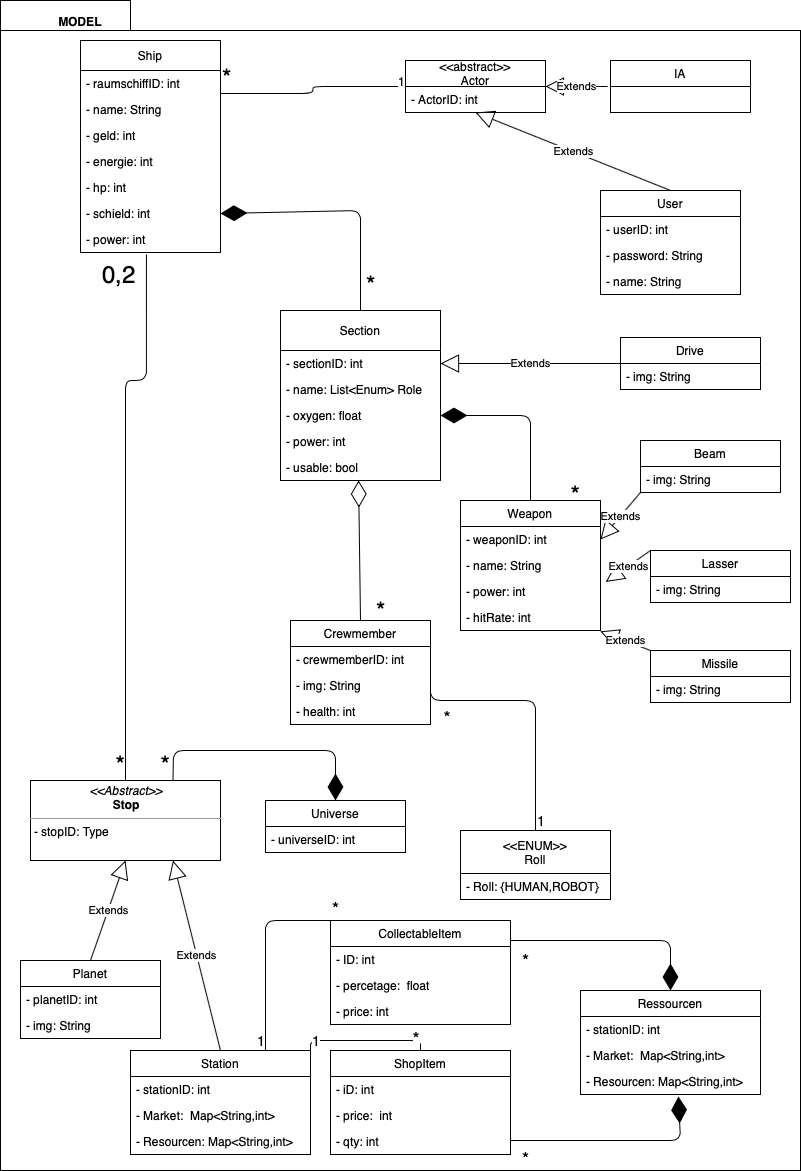
The draw.io diagram docs/Architekturbeschreibung/pics/Model.png in ksreyr/SpaceStudio, before a commit. Source tidied: cells renumbered, new cells last; positions are measured from the earlier drawing's top-left corner, leaving out a move shared by most shapes.
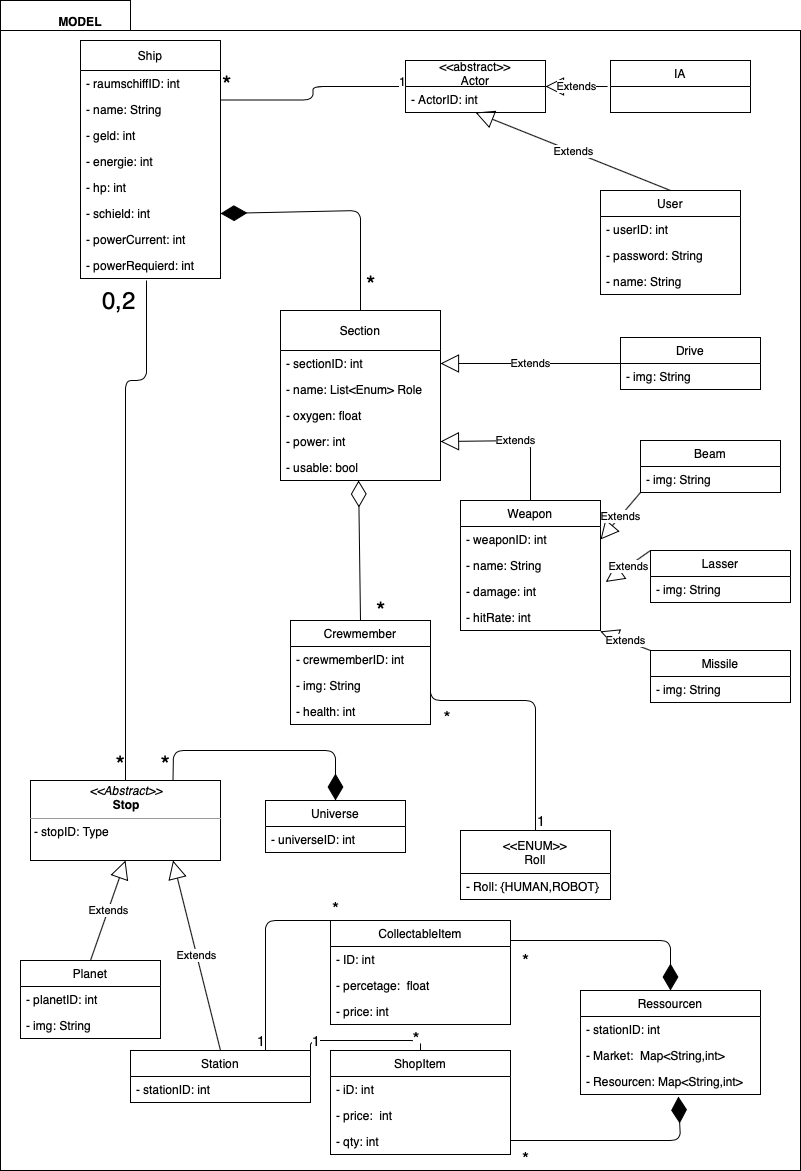
After the commit.

Change to the diagram source:
```diff
@@ -25,7 +25,7 @@
       </mxGeometry>
     </mxCell>
     <mxCell id="8" value="Ship" style="swimlane;fontStyle=0;horizontal=1;startSize=30;fillColor=none;" parent="1" vertex="1">
-      <mxGeometry x="80" y="40" width="140" height="212" as="geometry" />
+      <mxGeometry x="80" y="40" width="140" height="238" as="geometry" />
     </mxCell>
     <mxCell id="9" value="- raumschiffID: int" style="text;strokeColor=none;fillColor=none;align=left;verticalAlign=top;spacingLeft=4;spacingRight=4;overflow=hidden;" parent="8" vertex="1">
       <mxGeometry y="30" width="140" height="26" as="geometry" />
@@ -45,9 +45,12 @@
     <mxCell id="14" value="- schield: int" style="text;strokeColor=none;fillColor=none;align=left;verticalAlign=top;spacingLeft=4;spacingRight=4;overflow=hidden;points=[[0,0.5],[1,0.5]];portConstraint=eastwest;" parent="8" vertex="1">
       <mxGeometry y="160" width="140" height="26" as="geometry" />
     </mxCell>
-    <mxCell id="15" value="- power: int" style="text;strokeColor=none;fillColor=none;align=left;verticalAlign=top;spacingLeft=4;spacingRight=4;overflow=hidden;points=[[0,0.5],[1,0.5]];portConstraint=eastwest;" parent="8" vertex="1">
+    <mxCell id="15" value="- powerCurrent: int" style="text;strokeColor=none;fillColor=none;align=left;verticalAlign=top;spacingLeft=4;spacingRight=4;overflow=hidden;points=[[0,0.5],[1,0.5]];portConstraint=eastwest;" parent="8" vertex="1">
       <mxGeometry y="186" width="140" height="26" as="geometry" />
     </mxCell>
+    <mxCell id="101" value="- powerRequierd: int" style="text;strokeColor=none;fillColor=none;align=left;verticalAlign=top;spacingLeft=4;spacingRight=4;overflow=hidden;" parent="8" vertex="1">
+      <mxGeometry y="212" width="140" height="26" as="geometry" />
+    </mxCell>
     <mxCell id="16" value="&lt;&lt;abstract&gt;&gt; &#10;Actor" style="swimlane;fontStyle=0;horizontal=1;startSize=26;fillColor=none;" parent="1" vertex="1">
       <mxGeometry x="405" y="60" width="140" height="52" as="geometry" />
     </mxCell>
@@ -78,8 +81,9 @@
     <mxCell id="25" value="Extends" style="endArrow=block;endSize=16;endFill=0;html=1;entryX=0.75;entryY=1;entryDx=0;entryDy=0;exitX=0.5;exitY=0;exitDx=0;exitDy=0;" parent="1" edge="1" source="75" target="23">
       <mxGeometry relative="1" as="geometry" />
     </mxCell>
-    <mxCell id="26" style="endArrow=none;html=1;edgeStyle=orthogonalEdgeStyle;exitX=0.471;exitY=1.077;exitDx=0;exitDy=0;exitPerimeter=0;entryX=0.5;entryY=0;entryDx=0;entryDy=0;" parent="1" edge="1" source="15" target="23">
+    <mxCell id="26" style="endArrow=none;html=1;edgeStyle=orthogonalEdgeStyle;entryX=0.5;entryY=0;entryDx=0;entryDy=0;" parent="1" edge="1" target="23">
       <mxGeometry relative="1" as="geometry">
+        <mxPoint x="146" y="280" as="sourcePoint" />
         <Array as="points">
           <mxPoint x="146" y="380" />
           <mxPoint x="125" y="380" />
@@ -113,16 +117,6 @@
     <mxCell id="33" value="- img: String" style="text;strokeColor=none;fillColor=none;align=left;verticalAlign=top;spacingLeft=4;spacingRight=4;overflow=hidden;" parent="31" vertex="1">
       <mxGeometry y="52" width="140" height="26" as="geometry" />
     </mxCell>
-    <mxCell id="34" style="endArrow=diamondThin;endFill=1;endSize=24;html=1;exitX=0.5;exitY=0;exitDx=0;exitDy=0;entryX=1;entryY=0.5;entryDx=0;entryDy=0;" parent="1" edge="1" source="60" target="51">
-      <mxGeometry relative="1" as="geometry">
-        <Array as="points">
-          <mxPoint x="530" y="415" />
-        </Array>
-      </mxGeometry>
-    </mxCell>
-    <mxCell id="35" value="&lt;font style=&quot;font-size: 24px&quot;&gt;*&lt;/font&gt;" style="html=1;align=right;verticalAlign=bottom;labelBackgroundColor=#ffffff;fontSize=10;" parent="1" vertex="1">
-      <mxGeometry x="580" y="510" as="geometry" />
-    </mxCell>
     <mxCell id="36" value="Extends" style="endArrow=block;endSize=16;endFill=0;html=1;exitX=0;exitY=1;exitDx=0;exitDy=0;entryX=1;entryY=0.5;entryDx=0;entryDy=0;" parent="1" edge="1" source="65" target="61">
       <mxGeometry relative="1" as="geometry" />
     </mxCell>
@@ -221,7 +215,7 @@
     <mxCell id="62" value="- name: String" style="text;strokeColor=none;fillColor=none;align=left;verticalAlign=top;spacingLeft=4;spacingRight=4;overflow=hidden;" parent="60" vertex="1">
       <mxGeometry y="52" width="140" height="26" as="geometry" />
     </mxCell>
-    <mxCell id="63" value="- power: int" style="text;strokeColor=none;fillColor=none;align=left;verticalAlign=top;spacingLeft=4;spacingRight=4;overflow=hidden;points=[[0,0.5],[1,0.5]];portConstraint=eastwest;" parent="60" vertex="1">
+    <mxCell id="63" value="- damage: int" style="text;strokeColor=none;fillColor=none;align=left;verticalAlign=top;spacingLeft=4;spacingRight=4;overflow=hidden;points=[[0,0.5],[1,0.5]];portConstraint=eastwest;" parent="60" vertex="1">
       <mxGeometry y="78" width="140" height="26" as="geometry" />
     </mxCell>
     <mxCell id="64" value="- hitRate: int" style="text;strokeColor=none;fillColor=none;align=left;verticalAlign=top;spacingLeft=4;spacingRight=4;overflow=hidden;points=[[0,0.5],[1,0.5]];portConstraint=eastwest;" parent="60" vertex="1">
@@ -258,17 +252,11 @@
       <mxGeometry y="26" width="140" height="26" as="geometry" />
     </mxCell>
     <mxCell id="75" value="Station" style="swimlane;fontStyle=0;horizontal=1;startSize=26;fillColor=none;" parent="1" vertex="1">
-      <mxGeometry x="130" y="1050" width="180" height="104" as="geometry" />
+      <mxGeometry x="130" y="1050" width="180" height="52" as="geometry" />
     </mxCell>
     <mxCell id="76" value="- stationID: int" style="text;strokeColor=none;fillColor=none;align=left;verticalAlign=top;spacingLeft=4;spacingRight=4;overflow=hidden;" parent="75" vertex="1">
       <mxGeometry y="26" width="180" height="26" as="geometry" />
     </mxCell>
-    <mxCell id="77" value="- Market:  Map&lt;String,int&gt;" style="text;strokeColor=none;fillColor=none;align=left;verticalAlign=top;spacingLeft=4;spacingRight=4;overflow=hidden;" parent="75" vertex="1">
-      <mxGeometry y="52" width="180" height="26" as="geometry" />
-    </mxCell>
-    <mxCell id="78" value="- Resourcen: Map&lt;String,int&gt; " style="text;strokeColor=none;fillColor=none;align=left;verticalAlign=top;spacingLeft=4;spacingRight=4;overflow=hidden;" parent="75" vertex="1">
-      <mxGeometry y="78" width="180" height="26" as="geometry" />
-    </mxCell>
     <mxCell id="79" value="CollectableItem" style="swimlane;fontStyle=0;horizontal=1;startSize=26;fillColor=none;" parent="1" vertex="1">
       <mxGeometry x="330" y="920" width="180" height="104" as="geometry" />
     </mxCell>
@@ -347,5 +335,12 @@
     <mxCell id="100" value="&lt;font style=&quot;font-size: 18px&quot;&gt;*&lt;/font&gt;" style="html=1;align=left;verticalAlign=bottom;labelBackgroundColor=#ffffff;fontSize=10;" parent="1" vertex="1">
       <mxGeometry x="520" y="1170" as="geometry" />
     </mxCell>
+    <mxCell id="102" value="Extends" style="endArrow=block;endSize=16;endFill=0;html=1;exitX=0.5;exitY=0;exitDx=0;exitDy=0;entryX=1;entryY=0.5;entryDx=0;entryDy=0;" parent="1" edge="1" source="60" target="52">
+      <mxGeometry relative="1" as="geometry">
+        <Array as="points">
+          <mxPoint x="530" y="440" />
+        </Array>
+      </mxGeometry>
+    </mxCell>
   </root>
 </mxGraphModel>
```
